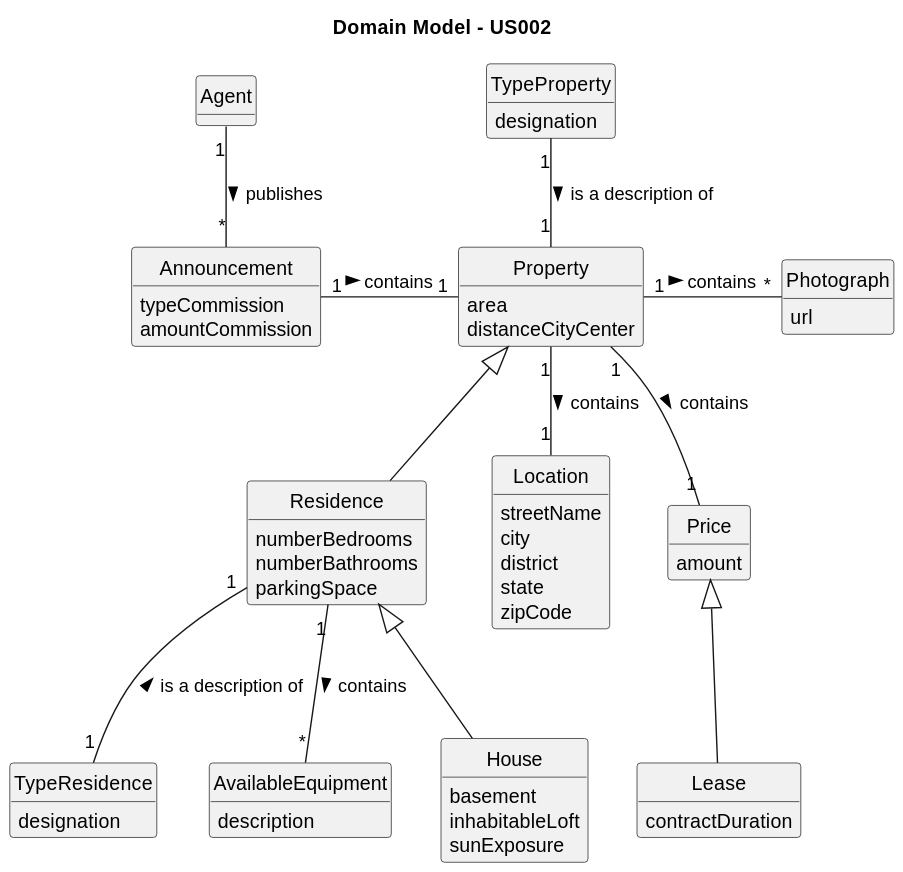
Above: docs/sprintA/us002/02.analysis/svg/us002-domain-model.svg in rita-barbosa/LAPR2-2223 (PlantUML), before the change.
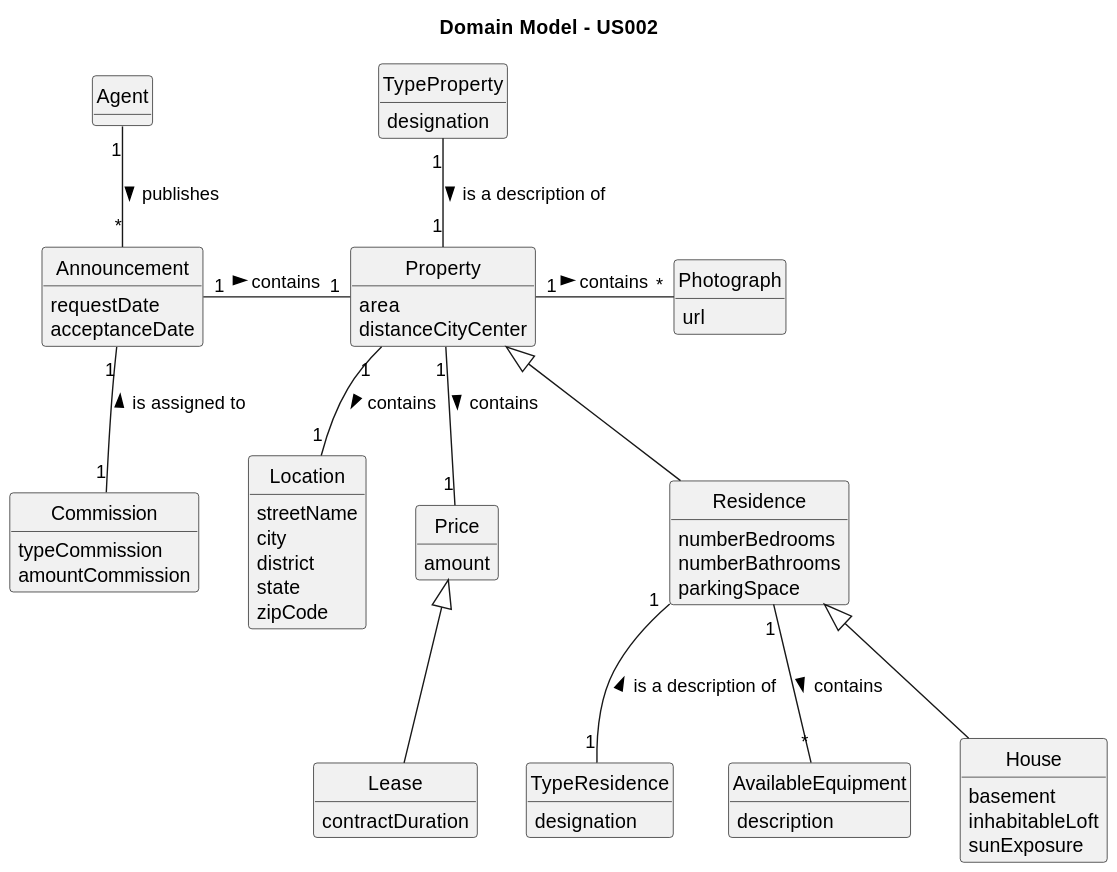
After the change.

Commit message:
Add class Commission [US-02][Analysis]

What changed in the source:
```diff
@@ -13,9 +13,14 @@
 
 
 class Announcement {
- typeCommission
- amountCommission
+requestDate
+acceptanceDate
 }
+class Commission {
+typeCommission
+amountCommission
+}
+
 class Property{
  area
  distanceCityCenter
@@ -71,4 +76,5 @@
 Property "1" -- "1" Price: contains >
 Price <|-- Lease
 Residence "1" -- "*"AvailableEquipment: contains >
+Announcement "1" -- "1" Commission: is assigned to <
 @enduml
```
